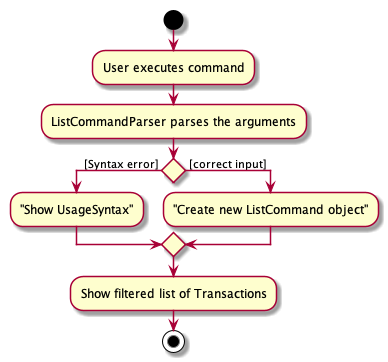
Earlier version of the PlantUML export docs/images/list/ListActivityDiagram.png (kensonoenqh/main).
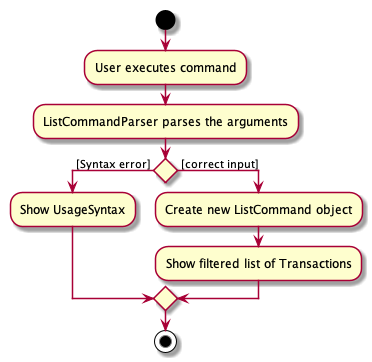
Later version of the same file.

Commit message:
marked up predicates and edited activity diagram.

Diff of the diagram source:
```diff
@@ -3,10 +3,10 @@
 :User executes command;
 :ListCommandParser parses the arguments;
 if () then ([Syntax error] )
-    :"Show UsageSyntax";
+    :Show UsageSyntax;
 else ( [correct input])
-    :"Create new ListCommand object";
-Endif
-:Show filtered list of Transactions;
+    :Create new ListCommand object;
+    :Show filtered list of Transactions;
+    endif
 stop
 @enduml
```
